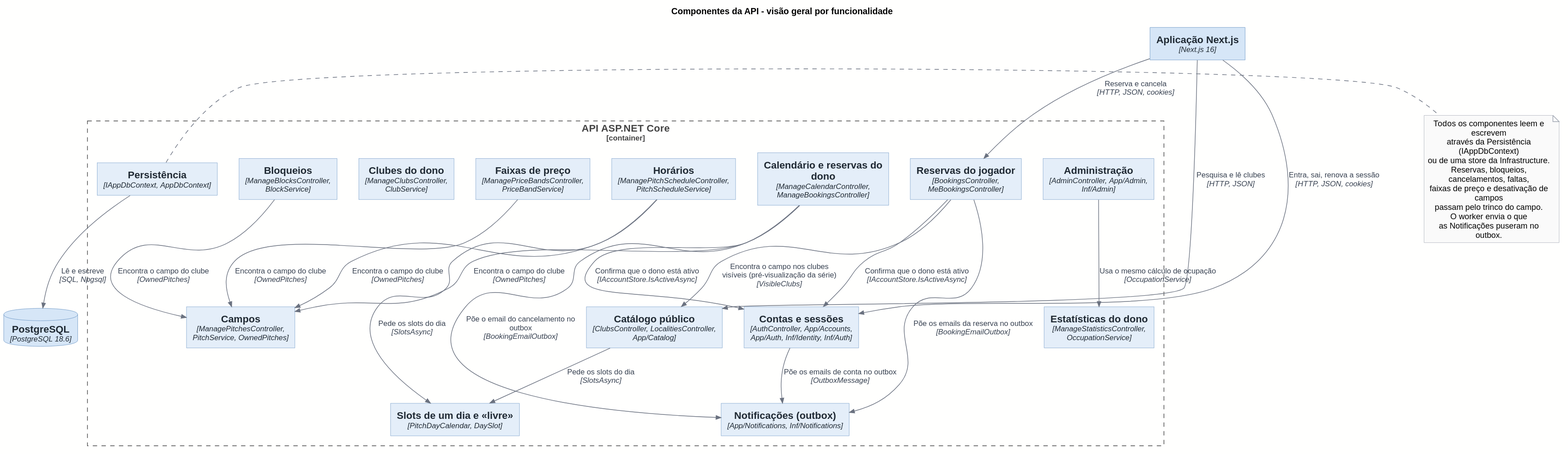
rodrigo4sousa/SportsEstablishments keeps this PlantUML diagram as docs/architecture/out/03-components-api-overview.svg. Above is the earlier version.
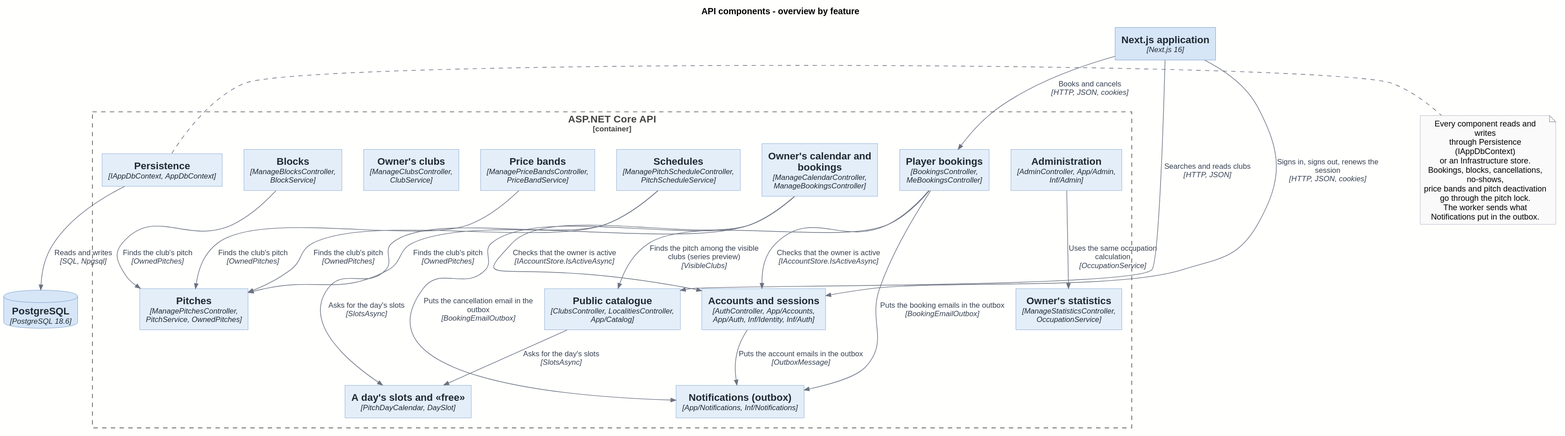
After the commit.

The edit, as a diff of the source:
```diff
@@ -2,58 +2,58 @@
 !include <C4/C4_Component>
 !include ../style.puml
 
-title Componentes da API - visão geral por funcionalidade
+title API components - overview by feature
 
 LAYOUT_TOP_DOWN()
 
-Container(C_WEB, "Aplicação Next.js", "Next.js 16")
+Container(C_WEB, "Next.js application", "Next.js 16")
 
-Container_Boundary(C_API, "API ASP.NET Core") {
-  Component(API_AUTH, "Contas e sessões", "AuthController, App/Accounts, App/Auth, Inf/Identity, Inf/Auth")
-  Component(API_CATALOG, "Catálogo público", "ClubsController, LocalitiesController, App/Catalog")
-  Component(API_BOOK, "Reservas do jogador", "BookingsController, MeBookingsController")
-  Component(API_CLUBS, "Clubes do dono", "ManageClubsController, ClubService")
-  Component(API_PITCHES, "Campos", "ManagePitchesController, PitchService, OwnedPitches")
-  Component(API_SCHED, "Horários", "ManagePitchScheduleController, PitchScheduleService")
-  Component(API_BLOCKS, "Bloqueios", "ManageBlocksController, BlockService")
-  Component(API_PRICE, "Faixas de preço", "ManagePriceBandsController, PriceBandService")
-  Component(API_CLUBBOOK, "Calendário e reservas do dono", "ManageCalendarController, ManageBookingsController")
-  Component(API_STATS, "Estatísticas do dono", "ManageStatisticsController, OccupationService")
-  Component(API_ADMIN, "Administração", "AdminController, App/Admin, Inf/Admin")
-  Component(API_NOTIF, "Notificações (outbox)", "App/Notifications, Inf/Notifications")
-  Component(CC_DAYCAL, "Slots de um dia e «livre»", "PitchDayCalendar, DaySlot")
-  Component(API_PERSIST, "Persistência", "IAppDbContext, AppDbContext")
+Container_Boundary(C_API, "ASP.NET Core API") {
+  Component(API_AUTH, "Accounts and sessions", "AuthController, App/Accounts, App/Auth, Inf/Identity, Inf/Auth")
+  Component(API_CATALOG, "Public catalogue", "ClubsController, LocalitiesController, App/Catalog")
+  Component(API_BOOK, "Player bookings", "BookingsController, MeBookingsController")
+  Component(API_CLUBS, "Owner's clubs", "ManageClubsController, ClubService")
+  Component(API_PITCHES, "Pitches", "ManagePitchesController, PitchService, OwnedPitches")
+  Component(API_SCHED, "Schedules", "ManagePitchScheduleController, PitchScheduleService")
+  Component(API_BLOCKS, "Blocks", "ManageBlocksController, BlockService")
+  Component(API_PRICE, "Price bands", "ManagePriceBandsController, PriceBandService")
+  Component(API_CLUBBOOK, "Owner's calendar and bookings", "ManageCalendarController, ManageBookingsController")
+  Component(API_STATS, "Owner's statistics", "ManageStatisticsController, OccupationService")
+  Component(API_ADMIN, "Administration", "AdminController, App/Admin, Inf/Admin")
+  Component(API_NOTIF, "Notifications (outbox)", "App/Notifications, Inf/Notifications")
+  Component(CC_DAYCAL, "A day's slots and «free»", "PitchDayCalendar, DaySlot")
+  Component(API_PERSIST, "Persistence", "IAppDbContext, AppDbContext")
 }
 
 ContainerDb(C_DB, "PostgreSQL", "PostgreSQL 18.6")
 
-Rel(C_WEB, API_CATALOG, $plain("Pesquisa e lê clubes"), "HTTP, JSON")
-Rel(C_WEB, API_BOOK, $plain("Reserva e cancela"), "HTTP, JSON, cookies")
-Rel(C_WEB, API_AUTH, $plain("Entra, sai, renova a sessão"), "HTTP, JSON, cookies")
+Rel(C_WEB, API_CATALOG, $plain("Searches and reads clubs"), "HTTP, JSON")
+Rel(C_WEB, API_BOOK, $plain("Books and cancels"), "HTTP, JSON, cookies")
+Rel(C_WEB, API_AUTH, $plain("Signs in, signs out, renews the session"), "HTTP, JSON, cookies")
 
-Rel(API_BOOK, API_CATALOG, $plain("Encontra o campo nos clubes visíveis (pré-visualização da série)"), "VisibleClubs")
-Rel(API_BOOK, API_AUTH, $plain("Confirma que o dono está ativo"), "IAccountStore.IsActiveAsync")
-Rel(API_CLUBBOOK, API_AUTH, $plain("Confirma que o dono está ativo"), "IAccountStore.IsActiveAsync")
-Rel(API_CLUBBOOK, API_PITCHES, $plain("Encontra o campo do clube"), "OwnedPitches")
-Rel(API_SCHED, API_PITCHES, $plain("Encontra o campo do clube"), "OwnedPitches")
-Rel(API_BLOCKS, API_PITCHES, $plain("Encontra o campo do clube"), "OwnedPitches")
-Rel(API_PRICE, API_PITCHES, $plain("Encontra o campo do clube"), "OwnedPitches")
-Rel(API_SCHED, CC_DAYCAL, $plain("Pede os slots do dia"), "SlotsAsync")
-Rel(API_CATALOG, CC_DAYCAL, $plain("Pede os slots do dia"), "SlotsAsync")
-Rel(API_ADMIN, API_STATS, $plain("Usa o mesmo cálculo de ocupação"), "OccupationService")
-Rel(API_BOOK, API_NOTIF, $plain("Põe os emails da reserva no outbox"), "BookingEmailOutbox")
-Rel(API_CLUBBOOK, API_NOTIF, $plain("Põe o email do cancelamento no outbox"), "BookingEmailOutbox")
-Rel(API_AUTH, API_NOTIF, $plain("Põe os emails de conta no outbox"), "OutboxMessage")
-Rel(API_PERSIST, C_DB, $plain("Lê e escreve"), "SQL, Npgsql")
+Rel(API_BOOK, API_CATALOG, $plain("Finds the pitch among the visible clubs (series preview)"), "VisibleClubs")
+Rel(API_BOOK, API_AUTH, $plain("Checks that the owner is active"), "IAccountStore.IsActiveAsync")
+Rel(API_CLUBBOOK, API_AUTH, $plain("Checks that the owner is active"), "IAccountStore.IsActiveAsync")
+Rel(API_CLUBBOOK, API_PITCHES, $plain("Finds the club's pitch"), "OwnedPitches")
+Rel(API_SCHED, API_PITCHES, $plain("Finds the club's pitch"), "OwnedPitches")
+Rel(API_BLOCKS, API_PITCHES, $plain("Finds the club's pitch"), "OwnedPitches")
+Rel(API_PRICE, API_PITCHES, $plain("Finds the club's pitch"), "OwnedPitches")
+Rel(API_SCHED, CC_DAYCAL, $plain("Asks for the day's slots"), "SlotsAsync")
+Rel(API_CATALOG, CC_DAYCAL, $plain("Asks for the day's slots"), "SlotsAsync")
+Rel(API_ADMIN, API_STATS, $plain("Uses the same occupation calculation"), "OccupationService")
+Rel(API_BOOK, API_NOTIF, $plain("Puts the booking emails in the outbox"), "BookingEmailOutbox")
+Rel(API_CLUBBOOK, API_NOTIF, $plain("Puts the cancellation email in the outbox"), "BookingEmailOutbox")
+Rel(API_AUTH, API_NOTIF, $plain("Puts the account emails in the outbox"), "OutboxMessage")
+Rel(API_PERSIST, C_DB, $plain("Reads and writes"), "SQL, Npgsql")
 
 note right of API_PERSIST
-  Todos os componentes leem e escrevem
-  através da Persistência (IAppDbContext)
-  ou de uma store da Infrastructure.
-  Reservas, bloqueios, cancelamentos, faltas,
-  faixas de preço e desativação de campos
-  passam pelo trinco do campo.
-  O worker envia o que
-  as Notificações puseram no outbox.
+  Every component reads and writes
+  through Persistence (IAppDbContext)
+  or an Infrastructure store.
+  Bookings, blocks, cancellations, no-shows,
+  price bands and pitch deactivation
+  go through the pitch lock.
+  The worker sends what
+  Notifications put in the outbox.
 end note
 @enduml
```
